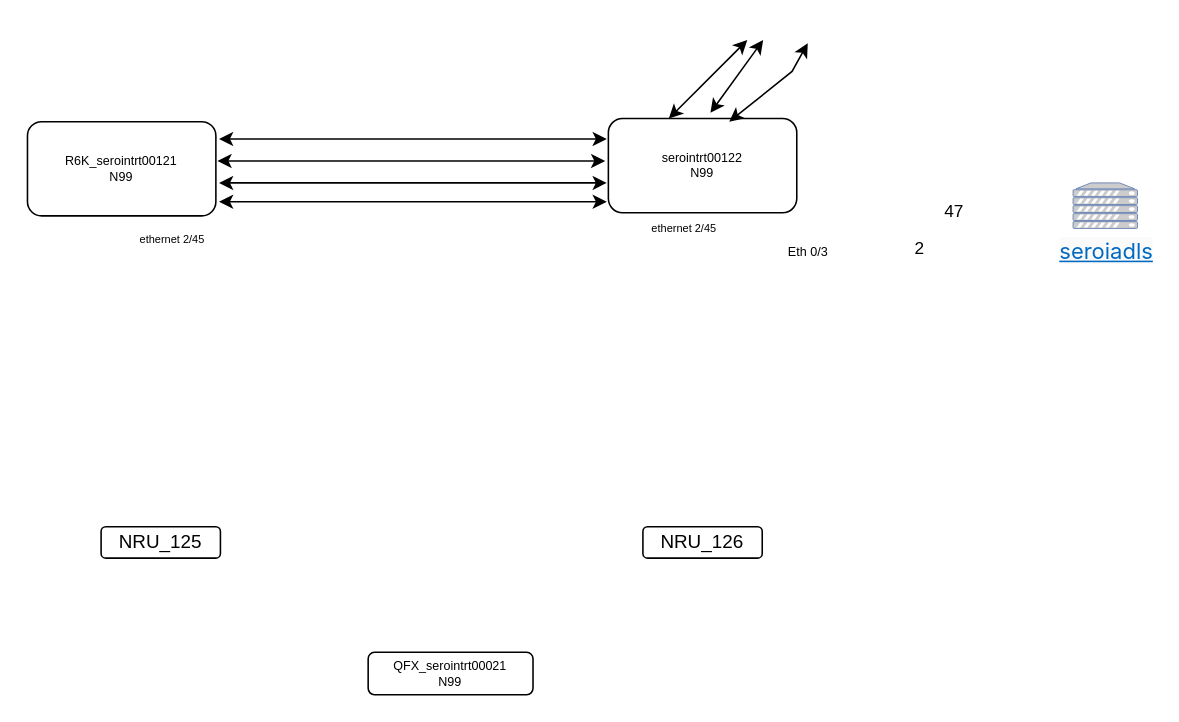
Above: page "Page-2" (2 of 3) of N99_N280EXMPLE.drawio in nabi69/python-random-quote (draw.io), before the change. Source tidied: cells renumbered, new cells numbered last; positions are measured from the earlier drawing's top-left corner, leaving out a move shared by most shapes. Both pictures are drawn from the tidied source at 157%, with x=0, y=0 at pixel (27, 39).
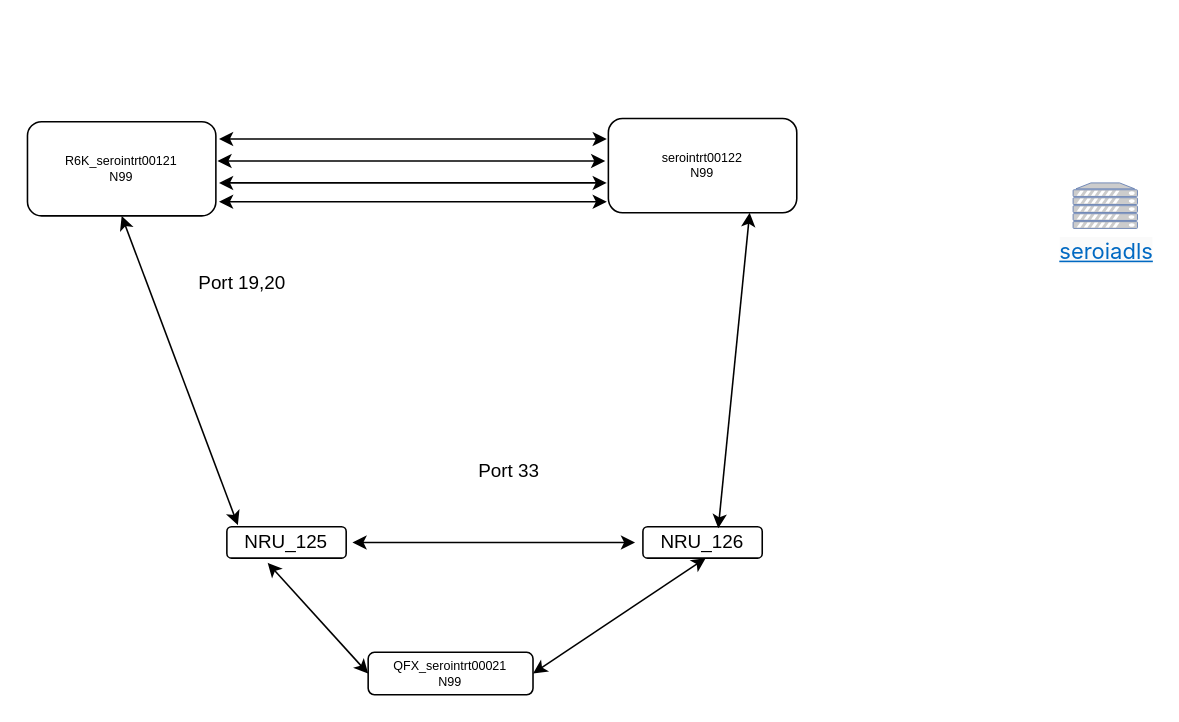
Above is the later version.

The change refers to these unchanged cells:
```xml
<mxCell id="2" value="R6K_serointrt00121&lt;br style=&quot;font-size: 8px;&quot;&gt;N99" style="rounded=1;whiteSpace=wrap;html=1;fontSize=8;" parent="1" vertex="1">
  <mxGeometry y="52" width="120" height="60" as="geometry" />
</mxCell>
<mxCell id="12" value="QFX_serointrt00021&lt;br style=&quot;font-size: 8px;&quot;&gt;N99" style="rounded=1;whiteSpace=wrap;html=1;fontSize=8;" parent="1" vertex="1">
  <mxGeometry x="217" y="390" width="105" height="27" as="geometry" />
</mxCell>
```

What changed in the source:
```diff
@@
-    <mxCell id="4" value="Eth&amp;nbsp;0/3" style="edgeLabel;html=1;align=center;verticalAlign=middle;fontSize=8;" parent="1" vertex="1">
-      <mxGeometry x="496.1" y="134.8" as="geometry" />
-    </mxCell>
-    <mxCell id="5" value="ethernet 2/45" style="edgeLabel;html=1;align=center;verticalAlign=middle;fontSize=7;" parent="1" vertex="1">
-      <mxGeometry x="84.9" y="131.5" as="geometry">
-        <mxPoint x="7" y="-4" as="offset" />
-      </mxGeometry>
-    </mxCell>
-    <mxCell id="6" value="ethernet 2/45" style="edgeLabel;html=1;align=center;verticalAlign=middle;fontSize=7;" parent="1" vertex="1">
-      <mxGeometry x="417" y="120" as="geometry" />
-    </mxCell>
@@
-    <mxCell id="11" style="endArrow=classic;startArrow=classic;html=1;rounded=0;entryX=0.62;entryY=0.97;entryDx=0;entryDy=0;entryPerimeter=0;exitX=0.751;exitY=0.314;exitDx=0;exitDy=0;exitPerimeter=0;" parent="1" edge="1">
-      <mxGeometry relative="1" as="geometry">
-        <mxPoint x="435" y="46.4" as="sourcePoint" />
-        <mxPoint x="468.6" as="targetPoint" />
-      </mxGeometry>
-    </mxCell>
@@
-    <mxCell id="13" value="2" style="edgeLabel;html=1;align=center;verticalAlign=middle;" parent="1" vertex="1">
-      <mxGeometry x="567.6" y="132.1" as="geometry" />
-    </mxCell>
-    <mxCell id="14" value="47" style="edgeLabel;html=1;align=center;verticalAlign=middle;" parent="1" vertex="1">
-      <mxGeometry x="589.7" y="108.9" as="geometry" />
-    </mxCell>
@@
     <mxCell id="16" value="NRU_125" style="rounded=1;whiteSpace=wrap;html=1;" parent="1" vertex="1">
-      <mxGeometry x="46.9" y="310" width="76" height="20" as="geometry" />
+      <mxGeometry x="127" y="310" width="76" height="20" as="geometry" />
     </mxCell>
@@
-    <mxCell id="18" style="endArrow=classic;startArrow=classic;html=1;rounded=0;" parent="1" edge="1">
-      <mxGeometry relative="1" as="geometry">
-        <mxPoint x="447" y="52" as="sourcePoint" />
-        <mxPoint x="497" y="2" as="targetPoint" />
-        <Array as="points">
-          <mxPoint x="487" y="20" />
-        </Array>
-      </mxGeometry>
-    </mxCell>
-    <mxCell id="19" style="endArrow=classic;startArrow=classic;html=1;rounded=0;" parent="1" edge="1">
+    <mxCell id="19" style="endArrow=classic;startArrow=classic;html=1;rounded=0;exitX=1;exitY=0.5;exitDx=0;exitDy=0;" parent="1" edge="1" source="12">
       <mxGeometry relative="1" as="geometry">
-        <mxPoint x="408.5" y="50" as="sourcePoint" />
-        <mxPoint x="458.5" as="targetPoint" />
+        <mxPoint x="432" y="330" as="targetPoint" />
       </mxGeometry>
     </mxCell>
+    <mxCell id="20" style="endArrow=classic;startArrow=classic;html=1;rounded=0;exitX=0.342;exitY=1.15;exitDx=0;exitDy=0;exitPerimeter=0;entryX=0;entryY=0.5;entryDx=0;entryDy=0;" parent="1" edge="1" source="16" target="12">
+      <mxGeometry relative="1" as="geometry" />
+    </mxCell>
+    <mxCell id="21" value="Port 33" style="text;html=1;strokeColor=none;fillColor=none;align=center;verticalAlign=middle;whiteSpace=wrap;rounded=0;" parent="1" vertex="1">
+      <mxGeometry x="277" y="260" width="60" height="30" as="geometry" />
+    </mxCell>
+    <mxCell id="22" value="Port 19,20" style="text;html=1;strokeColor=none;fillColor=none;align=center;verticalAlign=middle;whiteSpace=wrap;rounded=0;" parent="1" vertex="1">
+      <mxGeometry x="107" y="140" width="60" height="30" as="geometry" />
+    </mxCell>
+    <mxCell id="23" style="endArrow=classic;startArrow=classic;html=1;rounded=0;exitX=0.5;exitY=1;exitDx=0;exitDy=0;entryX=0.092;entryY=-0.05;entryDx=0;entryDy=0;entryPerimeter=0;" parent="1" edge="1" source="2" target="16">
+      <mxGeometry relative="1" as="geometry" />
+    </mxCell>
+    <mxCell id="24" style="endArrow=classic;startArrow=classic;html=1;rounded=0;entryX=0;entryY=0.5;entryDx=0;entryDy=0;" parent="1" edge="1">
+      <mxGeometry relative="1" as="geometry">
+        <mxPoint x="460" y="110" as="sourcePoint" />
+        <mxPoint x="440" y="311" as="targetPoint" />
+      </mxGeometry>
+    </mxCell>
+    <mxCell id="25" style="endArrow=classic;startArrow=classic;html=1;rounded=0;" parent="1" edge="1">
+      <mxGeometry relative="1" as="geometry">
+        <mxPoint x="207" y="320" as="sourcePoint" />
+        <mxPoint x="387" y="320" as="targetPoint" />
+      </mxGeometry>
+    </mxCell>
```
